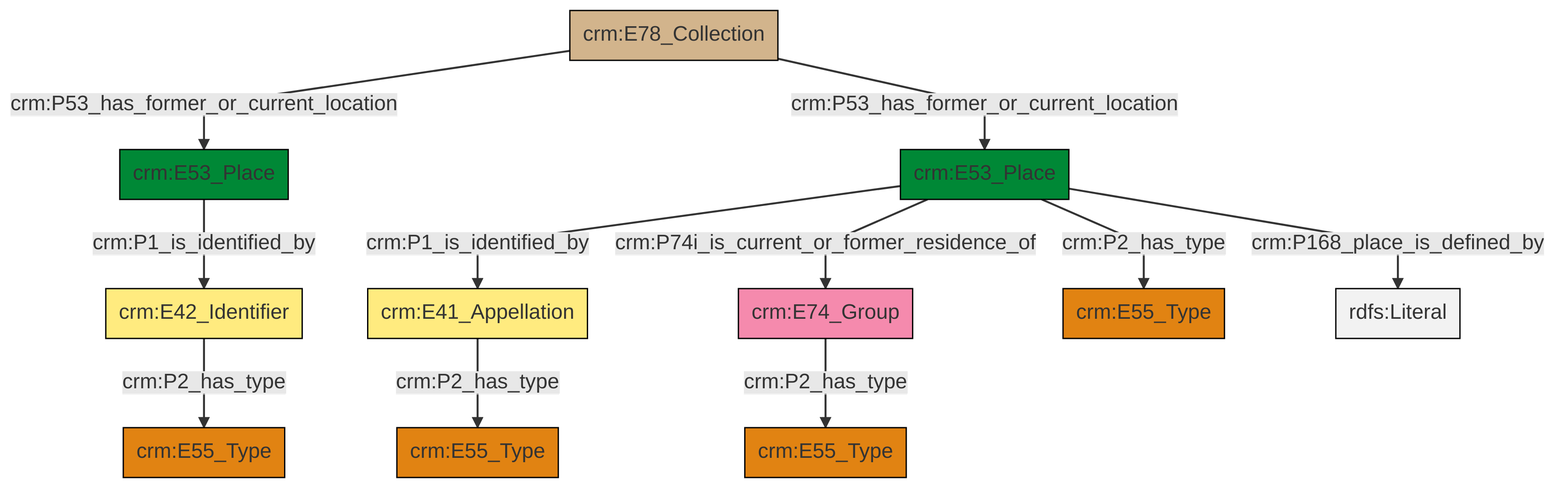
swiss-art-research-net/docs.swissartresearch keeps this Mermaid diagram as et/archivalCSV/ttl/mmd/png/archival_location.png. Above is the earlier version. Its source is kept beside it as et/archivalCSV/ttl/mmd/archival_location.ttl.mmd. Its diagram source:
```mermaid
graph TD
classDef Literal fill:#f2f2f2,stroke:#000000;
classDef CRM_Entity fill:#FFFFFF,stroke:#000000;
classDef Temporal_Entity fill:#00C9E6, stroke:#000000;
classDef Type fill:#E18312, stroke:#000000;
classDef Time-Span fill:#2C9C91, stroke:#000000;
classDef Appellation fill:#FFEB7F, stroke:#000000;
classDef Place fill:#008836, stroke:#000000;
classDef Persistent_Item fill:#B266B2, stroke:#000000;
classDef Conceptual_Object fill:#FFD700, stroke:#000000;
classDef Physical_Thing fill:#D2B48C, stroke:#000000;
classDef Actor fill:#f58aad, stroke:#000000;
classDef PC_Classes fill:#4ce600, stroke:#000000;
classDef Multi fill:#cccccc,stroke:#000000;

2["crm:E78_Collection"]:::Physical_Thing -->|crm:P53_has_former_or_current_location| 3["crm:E53_Place"]:::Place
3["crm:E53_Place"]:::Place -->|crm:P1_is_identified_by| 8["crm:E42_Identifier"]:::Appellation
9["crm:E41_Appellation"]:::Appellation -->|crm:P2_has_type| 6["crm:E55_Type"]:::Type
8["crm:E42_Identifier"]:::Appellation -->|crm:P2_has_type| 0["crm:E55_Type"]:::Type
2["crm:E78_Collection"]:::Physical_Thing -->|crm:P53_has_former_or_current_location| 14["crm:E53_Place"]:::Place
14["crm:E53_Place"]:::Place -->|crm:P1_is_identified_by| 9["crm:E41_Appellation"]:::Appellation
4["crm:E74_Group"]:::Actor -->|crm:P2_has_type| 15["crm:E55_Type"]:::Type
14["crm:E53_Place"]:::Place -->|crm:P74i_is_current_or_former_residence_of| 4["crm:E74_Group"]:::Actor
14["crm:E53_Place"]:::Place -->|crm:P168_place_is_defined_by| 20[rdfs:Literal]:::Literal
14["crm:E53_Place"]:::Place -->|crm:P2_has_type| 10["crm:E55_Type"]:::Type
```
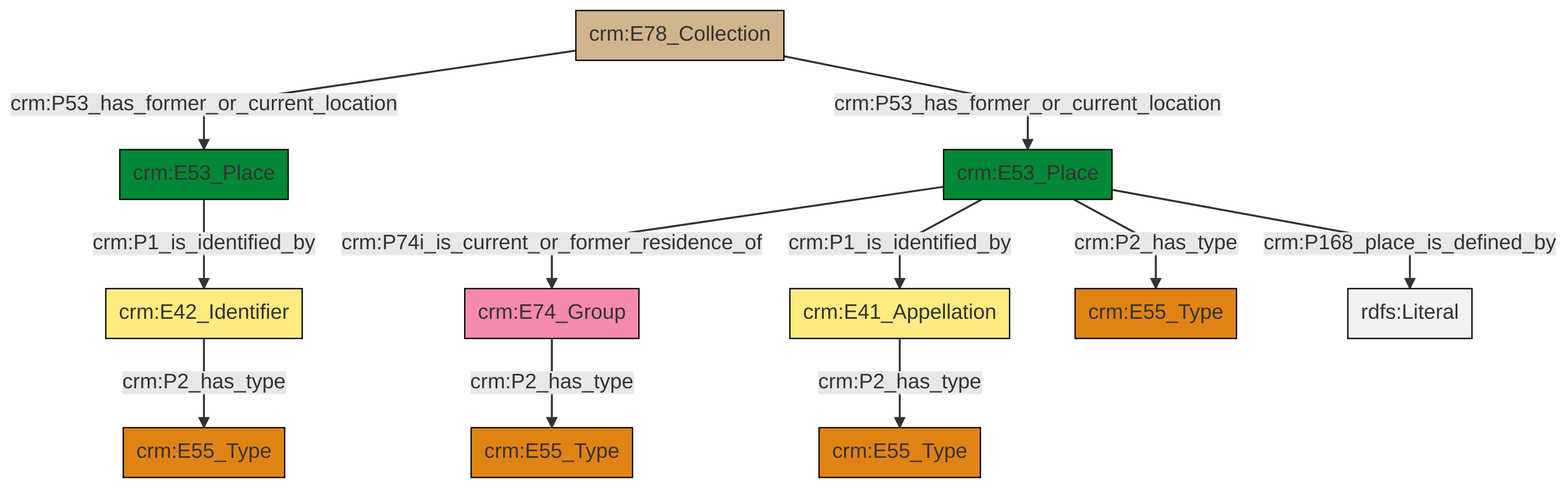
The same file after the commit.

Change to the diagram source:
```diff
@@ -13,13 +13,13 @@
 classDef PC_Classes fill:#4ce600, stroke:#000000;
 classDef Multi fill:#cccccc,stroke:#000000;
 
-2["crm:E78_Collection"]:::Physical_Thing -->|crm:P53_has_former_or_current_location| 3["crm:E53_Place"]:::Place
-3["crm:E53_Place"]:::Place -->|crm:P1_is_identified_by| 8["crm:E42_Identifier"]:::Appellation
-9["crm:E41_Appellation"]:::Appellation -->|crm:P2_has_type| 6["crm:E55_Type"]:::Type
-8["crm:E42_Identifier"]:::Appellation -->|crm:P2_has_type| 0["crm:E55_Type"]:::Type
-2["crm:E78_Collection"]:::Physical_Thing -->|crm:P53_has_former_or_current_location| 14["crm:E53_Place"]:::Place
-14["crm:E53_Place"]:::Place -->|crm:P1_is_identified_by| 9["crm:E41_Appellation"]:::Appellation
-4["crm:E74_Group"]:::Actor -->|crm:P2_has_type| 15["crm:E55_Type"]:::Type
-14["crm:E53_Place"]:::Place -->|crm:P74i_is_current_or_former_residence_of| 4["crm:E74_Group"]:::Actor
-14["crm:E53_Place"]:::Place -->|crm:P168_place_is_defined_by| 20[rdfs:Literal]:::Literal
-14["crm:E53_Place"]:::Place -->|crm:P2_has_type| 10["crm:E55_Type"]:::Type
+0["crm:E53_Place"]:::Place -->|crm:P74i_is_current_or_former_residence_of| 1["crm:E74_Group"]:::Actor
+6["crm:E53_Place"]:::Place -->|crm:P1_is_identified_by| 7["crm:E42_Identifier"]:::Appellation
+0["crm:E53_Place"]:::Place -->|crm:P1_is_identified_by| 2["crm:E41_Appellation"]:::Appellation
+2["crm:E41_Appellation"]:::Appellation -->|crm:P2_has_type| 4["crm:E55_Type"]:::Type
+0["crm:E53_Place"]:::Place -->|crm:P2_has_type| 8["crm:E55_Type"]:::Type
+15["crm:E78_Collection"]:::Physical_Thing -->|crm:P53_has_former_or_current_location| 6["crm:E53_Place"]:::Place
+0["crm:E53_Place"]:::Place -->|crm:P168_place_is_defined_by| 16[rdfs:Literal]:::Literal
+7["crm:E42_Identifier"]:::Appellation -->|crm:P2_has_type| 11["crm:E55_Type"]:::Type
+15["crm:E78_Collection"]:::Physical_Thing -->|crm:P53_has_former_or_current_location| 0["crm:E53_Place"]:::Place
+1["crm:E74_Group"]:::Actor -->|crm:P2_has_type| 20["crm:E55_Type"]:::Type
```
